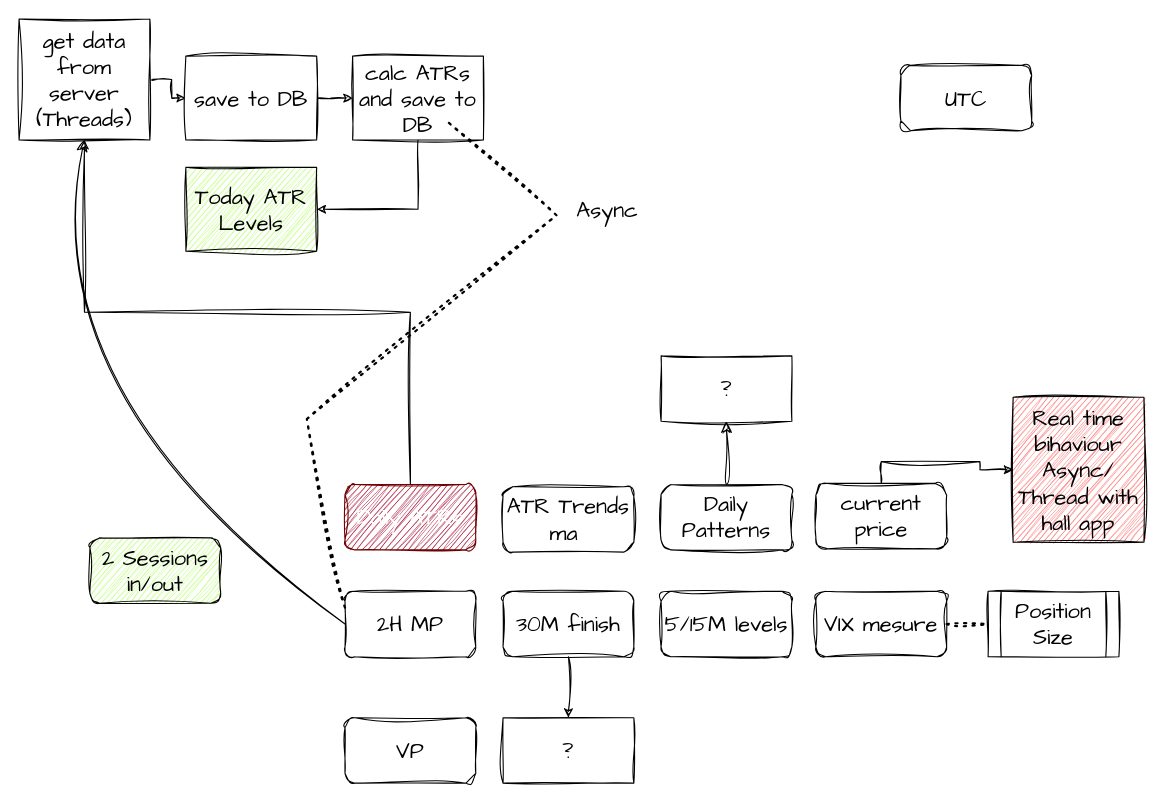
Kupavtsev/markets_data_handler keeps this draw.io diagram as page "main" (1 of 7) of structure.drawio. Above is the earlier version. Source tidied: cells renumbered, new cells numbered last; positions are measured from the earlier drawing's top-left corner, leaving out a move shared by most shapes. Both pictures are drawn from the tidied source at 109%, with x=0, y=0 at pixel (19, 19).
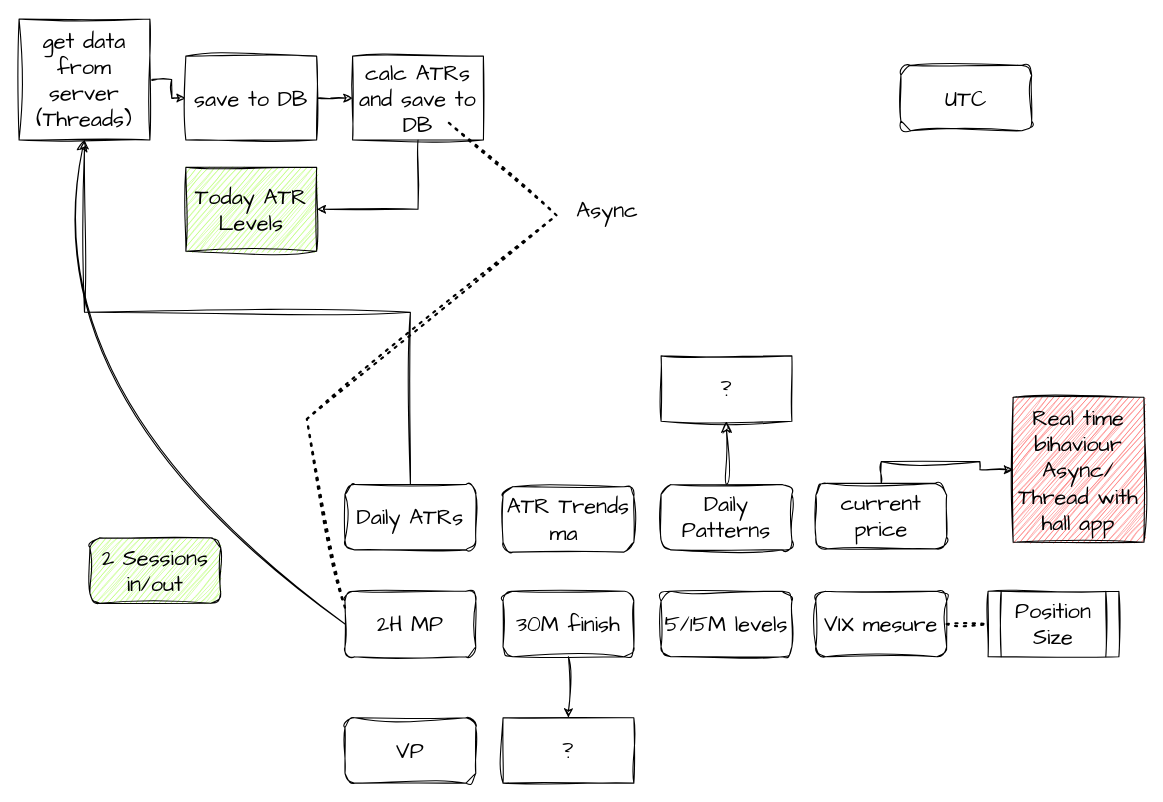
The same diagram, later.

Commit message (it also covers changes not shown here):
daily_ohlc update

What changed in the source:
```diff
@@
-    <mxCell id="8" value="Daily ATRs" style="rounded=1;whiteSpace=wrap;html=1;sketch=1;hachureGap=4;jiggle=2;curveFitting=1;fontFamily=Architects Daughter;fontSize=20;shadow=0;glass=0;fillColor=#a20025;fontColor=#ffffff;strokeColor=#6F0000;" parent="1" vertex="1">
+    <mxCell id="8" value="Daily ATRs" style="rounded=1;whiteSpace=wrap;html=1;sketch=1;hachureGap=4;jiggle=2;curveFitting=1;fontFamily=Architects Daughter;fontSize=20;shadow=0;glass=0;" parent="1" vertex="1">
       <mxGeometry x="299" y="427" width="120" height="60" as="geometry" />
     </mxCell>
```
